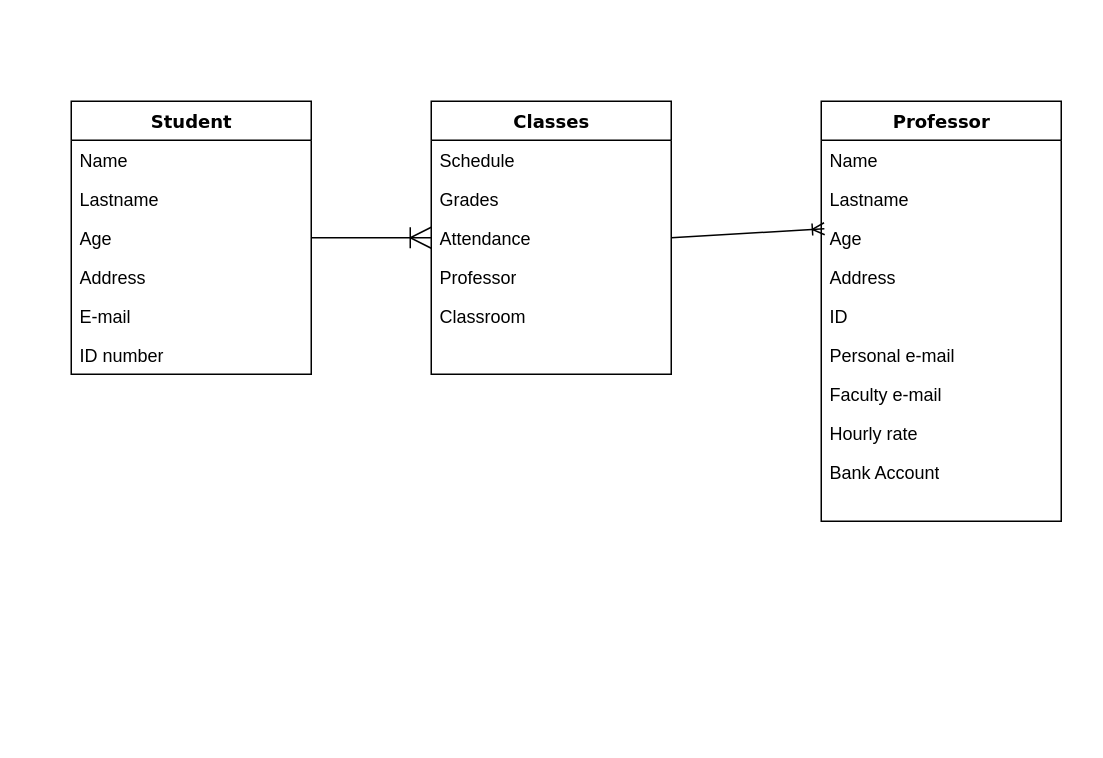
Earlier version of the draw.io diagram Untitled Diagram.drawio (Bayzon88/APIs). Source tidied: cells renumbered, new cells numbered last; positions are measured from the earlier drawing's top-left corner, leaving out a move shared by most shapes. Both pictures are drawn from the tidied source at 150%, with x=0, y=0 at pixel (70, 100).
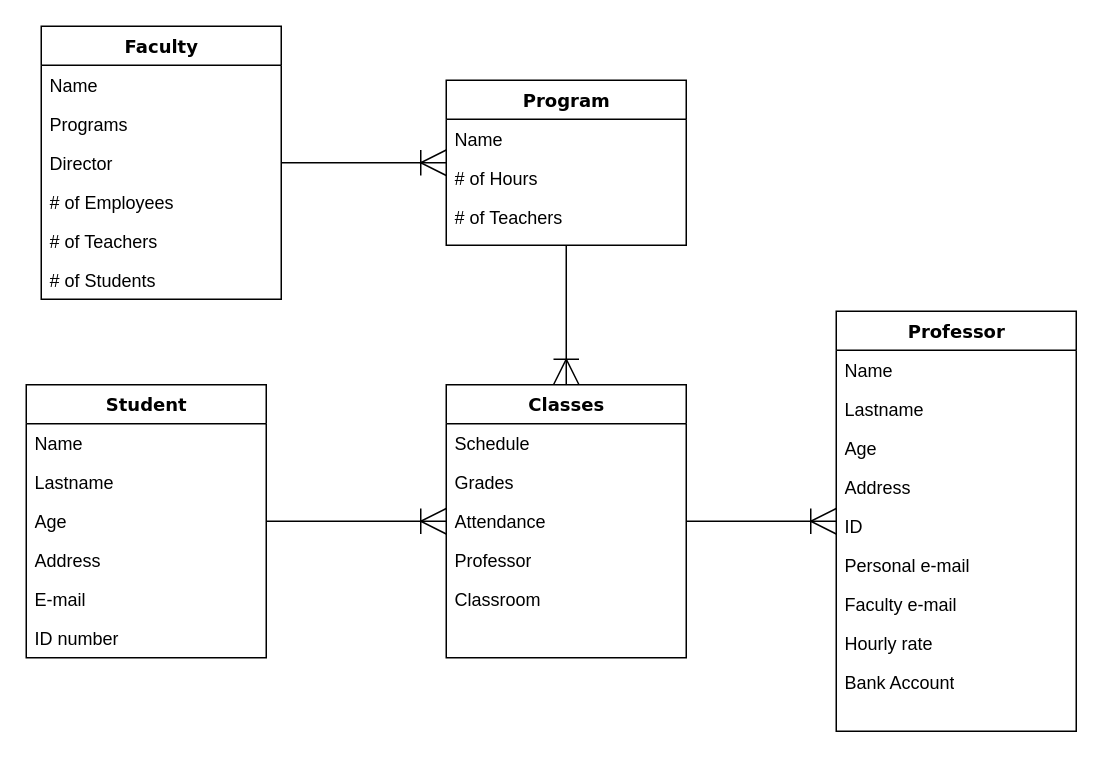
Above is the later version.

Unchanged cells that the change refers to:
```xml
<mxCell id="5" value="Age" style="text;html=1;strokeColor=none;fillColor=none;align=left;verticalAlign=top;spacingLeft=4;spacingRight=4;whiteSpace=wrap;overflow=hidden;points=[[0,0.5],[1,0.5]];portConstraint=eastwest;" parent="2" vertex="1">
  <mxGeometry y="78" width="160" height="26" as="geometry" />
</mxCell>
<mxCell id="12" value="Attendance" style="text;html=1;strokeColor=none;fillColor=none;align=left;verticalAlign=top;spacingLeft=4;spacingRight=4;whiteSpace=wrap;overflow=hidden;points=[[0,0.5],[1,0.5]];portConstraint=eastwest;" parent="9" vertex="1">
  <mxGeometry y="78" width="160" height="26" as="geometry" />
</mxCell>
<mxCell id="19" value="Age" style="text;html=1;strokeColor=none;fillColor=none;align=left;verticalAlign=top;spacingLeft=4;spacingRight=4;whiteSpace=wrap;overflow=hidden;points=[[0,0.5],[1,0.5]];portConstraint=eastwest;" parent="16" vertex="1">
  <mxGeometry y="78" width="160" height="26" as="geometry" />
</mxCell>
```

The edit, as a diff of the source:
```diff
@@
     <mxCell id="2" value="Student" style="swimlane;html=1;fontStyle=1;align=center;verticalAlign=top;horizontal=1;startSize=26;swimlaneFillColor=#ffffff;rounded=0;shadow=0;comic=0;labelBackgroundColor=none;strokeWidth=1;fillColor=none;fontFamily=Verdana;fontSize=12;" parent="1" vertex="1">
-      <mxGeometry width="160" height="182" as="geometry" />
+      <mxGeometry x="-30" y="189" width="160" height="182" as="geometry" />
     </mxCell>
@@
     <mxCell id="9" value="Classes" style="swimlane;html=1;fontStyle=1;align=center;verticalAlign=top;horizontal=1;startSize=26;swimlaneFillColor=#ffffff;rounded=0;shadow=0;comic=0;labelBackgroundColor=none;strokeWidth=1;fillColor=none;fontFamily=Verdana;fontSize=12;" parent="1" vertex="1">
-      <mxGeometry x="240" width="160" height="182" as="geometry" />
+      <mxGeometry x="250" y="189" width="160" height="182" as="geometry" />
     </mxCell>
@@
-    <mxCell id="15" value="Use" style="endArrow=ERoneToMany;endSize=12;html=1;rounded=0;labelBackgroundColor=none;fontColor=none;endFill=0;noLabel=1;exitX=1;exitY=0.5;exitDx=0;exitDy=0;entryX=0;entryY=0.5;entryDx=0;entryDy=0;" parent="1" edge="1" source="5" target="9">
+    <mxCell id="15" value="Use" style="endArrow=ERoneToMany;endSize=15;html=1;rounded=0;labelBackgroundColor=none;fontColor=none;endFill=0;noLabel=1;exitX=1;exitY=0.5;exitDx=0;exitDy=0;entryX=0;entryY=0.5;entryDx=0;entryDy=0;" parent="1" edge="1" source="5" target="9">
       <mxGeometry relative="1" as="geometry" />
     </mxCell>
     <mxCell id="16" value="Professor" style="swimlane;html=1;fontStyle=1;align=center;verticalAlign=top;horizontal=1;startSize=26;swimlaneFillColor=#ffffff;rounded=0;shadow=0;comic=0;labelBackgroundColor=none;strokeWidth=1;fillColor=none;fontFamily=Verdana;fontSize=12;" parent="1" vertex="1">
-      <mxGeometry x="500" width="160" height="280" as="geometry" />
+      <mxGeometry x="510" y="140" width="160" height="280" as="geometry" />
     </mxCell>
@@
-    <mxCell id="26" style="rounded=0;jettySize=auto;html=1;exitX=1;exitY=0.5;exitDx=0;exitDy=0;entryX=0.013;entryY=0.269;entryDx=0;entryDy=0;entryPerimeter=0;labelBackgroundColor=none;fontColor=none;endArrow=ERoneToMany;endFill=0;" parent="1" edge="1" source="12" target="19">
+    <mxCell id="26" style="rounded=0;jettySize=auto;html=1;exitX=1;exitY=0.5;exitDx=0;exitDy=0;entryX=0;entryY=0.5;entryDx=0;entryDy=0;labelBackgroundColor=none;fontColor=none;endArrow=ERoneToMany;endFill=0;endSize=15;" parent="1" edge="1" source="12" target="16">
       <mxGeometry relative="1" as="geometry" />
     </mxCell>
+    <mxCell id="27" value="Faculty" style="swimlane;html=1;fontStyle=1;align=center;verticalAlign=top;horizontal=1;startSize=26;swimlaneFillColor=#ffffff;rounded=0;shadow=0;comic=0;labelBackgroundColor=none;strokeWidth=1;fillColor=none;fontFamily=Verdana;fontSize=12;" parent="1" vertex="1">
+      <mxGeometry x="-20" y="-50" width="160" height="182" as="geometry" />
+    </mxCell>
+    <mxCell id="28" value="Name" style="text;html=1;strokeColor=none;fillColor=none;align=left;verticalAlign=top;spacingLeft=4;spacingRight=4;whiteSpace=wrap;overflow=hidden;" parent="27" vertex="1">
+      <mxGeometry y="26" width="160" height="26" as="geometry" />
+    </mxCell>
+    <mxCell id="29" value="Programs" style="text;html=1;strokeColor=none;fillColor=none;align=left;verticalAlign=top;spacingLeft=4;spacingRight=4;whiteSpace=wrap;overflow=hidden;" parent="27" vertex="1">
+      <mxGeometry y="52" width="160" height="26" as="geometry" />
+    </mxCell>
+    <mxCell id="30" value="Director" style="text;html=1;strokeColor=none;fillColor=none;align=left;verticalAlign=top;spacingLeft=4;spacingRight=4;whiteSpace=wrap;overflow=hidden;points=[[0,0.5],[1,0.5]];portConstraint=eastwest;" parent="27" vertex="1">
+      <mxGeometry y="78" width="160" height="26" as="geometry" />
+    </mxCell>
+    <mxCell id="31" value="# of Employees" style="text;html=1;strokeColor=none;fillColor=none;align=left;verticalAlign=top;spacingLeft=4;spacingRight=4;whiteSpace=wrap;overflow=hidden;" parent="27" vertex="1">
+      <mxGeometry y="104" width="160" height="26" as="geometry" />
+    </mxCell>
+    <mxCell id="32" value="# of Teachers" style="text;html=1;strokeColor=none;fillColor=none;align=left;verticalAlign=top;spacingLeft=4;spacingRight=4;whiteSpace=wrap;overflow=hidden;" parent="27" vertex="1">
+      <mxGeometry y="130" width="160" height="26" as="geometry" />
+    </mxCell>
+    <mxCell id="33" value="# of Students" style="text;html=1;strokeColor=none;fillColor=none;align=left;verticalAlign=top;spacingLeft=4;spacingRight=4;whiteSpace=wrap;overflow=hidden;" parent="27" vertex="1">
+      <mxGeometry y="156" width="160" height="26" as="geometry" />
+    </mxCell>
+    <mxCell id="34" style="edgeStyle=none;rounded=0;jettySize=auto;html=1;exitX=0.5;exitY=1;exitDx=0;exitDy=0;labelBackgroundColor=none;fontColor=none;endArrow=ERoneToMany;endFill=0;endSize=15;" parent="1" edge="1" source="35" target="9">
+      <mxGeometry relative="1" as="geometry" />
+    </mxCell>
+    <mxCell id="35" value="Program" style="swimlane;html=1;fontStyle=1;align=center;verticalAlign=top;horizontal=1;startSize=26;swimlaneFillColor=#ffffff;rounded=0;shadow=0;comic=0;labelBackgroundColor=none;strokeWidth=1;fillColor=none;fontFamily=Verdana;fontSize=12;" parent="1" vertex="1">
+      <mxGeometry x="250" y="-14" width="160" height="110" as="geometry" />
+    </mxCell>
+    <mxCell id="36" value="Name" style="text;html=1;strokeColor=none;fillColor=none;align=left;verticalAlign=top;spacingLeft=4;spacingRight=4;whiteSpace=wrap;overflow=hidden;" parent="35" vertex="1">
+      <mxGeometry y="26" width="160" height="26" as="geometry" />
+    </mxCell>
+    <mxCell id="37" value="# of Hours" style="text;html=1;strokeColor=none;fillColor=none;align=left;verticalAlign=top;spacingLeft=4;spacingRight=4;whiteSpace=wrap;overflow=hidden;" parent="35" vertex="1">
+      <mxGeometry y="52" width="160" height="26" as="geometry" />
+    </mxCell>
+    <mxCell id="38" value="# of Teachers" style="text;html=1;strokeColor=none;fillColor=none;align=left;verticalAlign=top;spacingLeft=4;spacingRight=4;whiteSpace=wrap;overflow=hidden;" parent="35" vertex="1">
+      <mxGeometry y="78" width="160" height="26" as="geometry" />
+    </mxCell>
+    <mxCell id="39" style="edgeStyle=none;rounded=0;orthogonalLoop=1;jettySize=auto;html=1;exitX=0.25;exitY=0;exitDx=0;exitDy=0;labelBackgroundColor=none;fontColor=none;endArrow=ERoneToMany;endFill=0;" parent="1" edge="1" source="16" target="16">
+      <mxGeometry relative="1" as="geometry" />
+    </mxCell>
+    <mxCell id="40" style="edgeStyle=none;rounded=0;jettySize=auto;html=1;exitX=1;exitY=0.5;exitDx=0;exitDy=0;entryX=0;entryY=0.5;entryDx=0;entryDy=0;labelBackgroundColor=none;fontColor=none;endArrow=ERoneToMany;endFill=0;strokeWidth=1;endSize=15;" parent="1" edge="1" source="30" target="35">
+      <mxGeometry relative="1" as="geometry" />
+    </mxCell>
```
